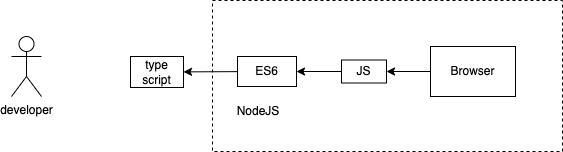
This is images/day16.drawio.png from adithnaveen/2022-jul-asde-jfs-sapient, a draw.io export, as it was before one commit. Source tidied: cells renumbered, new cells last; positions are measured from the earlier drawing's top-left corner, leaving out a move shared by most shapes. Its diagram source:
```xml
<mxGraphModel>
  <root>
    <mxCell id="0" />
    <mxCell id="1" parent="0" />
    <mxCell id="2" style="edgeStyle=none;html=1;" parent="1" edge="1" source="3" target="5">
      <mxGeometry relative="1" as="geometry" />
    </mxCell>
    <mxCell id="3" value="Browser" style="rounded=0;whiteSpace=wrap;html=1;" parent="1" vertex="1">
      <mxGeometry x="419" y="46" width="85" height="50" as="geometry" />
    </mxCell>
    <mxCell id="4" style="edgeStyle=none;html=1;" parent="1" edge="1" source="5" target="8">
      <mxGeometry relative="1" as="geometry" />
    </mxCell>
    <mxCell id="5" value="JS" style="rounded=0;whiteSpace=wrap;html=1;" parent="1" vertex="1">
      <mxGeometry x="330" y="59.5" width="45" height="23" as="geometry" />
    </mxCell>
    <mxCell id="6" value="developer" style="shape=umlActor;verticalLabelPosition=bottom;verticalAlign=top;html=1;" parent="1" vertex="1">
      <mxGeometry y="36" width="30" height="60" as="geometry" />
    </mxCell>
    <mxCell id="7" style="edgeStyle=none;html=1;" parent="1" edge="1" source="8" target="9">
      <mxGeometry relative="1" as="geometry" />
    </mxCell>
    <mxCell id="8" value="ES6" style="rounded=0;whiteSpace=wrap;html=1;" parent="1" vertex="1">
      <mxGeometry x="226" y="56" width="59" height="30" as="geometry" />
    </mxCell>
    <mxCell id="9" value="type&lt;br&gt;script" style="rounded=0;whiteSpace=wrap;html=1;" parent="1" vertex="1">
      <mxGeometry x="119" y="56" width="53" height="31" as="geometry" />
    </mxCell>
    <mxCell id="10" style="rounded=0;whiteSpace=wrap;html=1;gradientColor=none;fillColor=none;dashed=1;" parent="1" vertex="1">
      <mxGeometry x="201" width="350" height="151" as="geometry" />
    </mxCell>
    <mxCell id="11" value="NodeJS" style="text;html=1;strokeColor=none;fillColor=none;align=center;verticalAlign=middle;whiteSpace=wrap;rounded=0;dashed=1;" parent="1" vertex="1">
      <mxGeometry x="217" y="96" width="60" height="30" as="geometry" />
    </mxCell>
  </root>
</mxGraphModel>
```
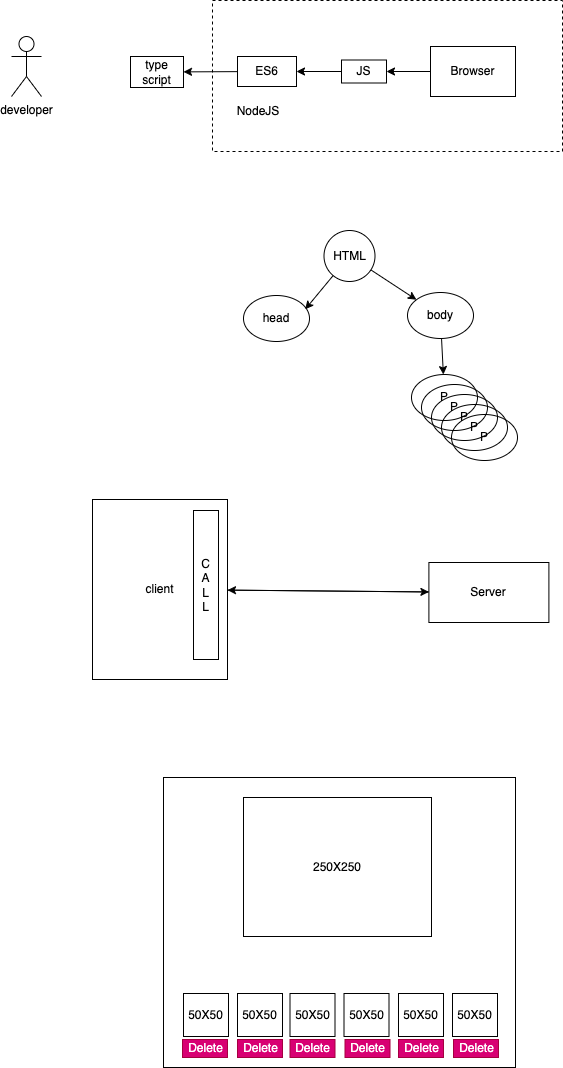
The same diagram one commit later.

Change to the diagram source:
```diff
@@ -32,5 +32,95 @@
     <mxCell id="11" value="NodeJS" style="text;html=1;strokeColor=none;fillColor=none;align=center;verticalAlign=middle;whiteSpace=wrap;rounded=0;dashed=1;" parent="1" vertex="1">
       <mxGeometry x="217" y="96" width="60" height="30" as="geometry" />
     </mxCell>
+    <mxCell id="12" style="edgeStyle=none;html=1;entryX=0.935;entryY=0.3;entryDx=0;entryDy=0;entryPerimeter=0;" parent="1" edge="1" source="14" target="15">
+      <mxGeometry relative="1" as="geometry" />
+    </mxCell>
+    <mxCell id="13" style="edgeStyle=none;html=1;" parent="1" edge="1" source="14" target="17">
+      <mxGeometry relative="1" as="geometry" />
+    </mxCell>
+    <mxCell id="14" value="HTML" style="ellipse;whiteSpace=wrap;html=1;fillColor=none;gradientColor=none;" parent="1" vertex="1">
+      <mxGeometry x="312.5" y="230" width="51" height="51" as="geometry" />
+    </mxCell>
+    <mxCell id="15" value="head" style="ellipse;whiteSpace=wrap;html=1;fillColor=none;gradientColor=none;" parent="1" vertex="1">
+      <mxGeometry x="232" y="295" width="66" height="46" as="geometry" />
+    </mxCell>
+    <mxCell id="16" style="edgeStyle=none;html=1;" parent="1" edge="1" source="17" target="18">
+      <mxGeometry relative="1" as="geometry" />
+    </mxCell>
+    <mxCell id="17" value="body" style="ellipse;whiteSpace=wrap;html=1;fillColor=none;gradientColor=none;" parent="1" vertex="1">
+      <mxGeometry x="396" y="292" width="66" height="46" as="geometry" />
+    </mxCell>
+    <mxCell id="18" value="P" style="ellipse;whiteSpace=wrap;html=1;fillColor=none;gradientColor=none;" parent="1" vertex="1">
+      <mxGeometry x="400" y="374" width="66" height="46" as="geometry" />
+    </mxCell>
+    <mxCell id="19" value="P" style="ellipse;whiteSpace=wrap;html=1;fillColor=none;gradientColor=none;" parent="1" vertex="1">
+      <mxGeometry x="410" y="384" width="66" height="46" as="geometry" />
+    </mxCell>
+    <mxCell id="20" value="P" style="ellipse;whiteSpace=wrap;html=1;fillColor=none;gradientColor=none;" parent="1" vertex="1">
+      <mxGeometry x="420" y="394" width="66" height="46" as="geometry" />
+    </mxCell>
+    <mxCell id="21" value="P" style="ellipse;whiteSpace=wrap;html=1;fillColor=none;gradientColor=none;" parent="1" vertex="1">
+      <mxGeometry x="430" y="404" width="66" height="46" as="geometry" />
+    </mxCell>
+    <mxCell id="22" value="P" style="ellipse;whiteSpace=wrap;html=1;fillColor=none;gradientColor=none;" parent="1" vertex="1">
+      <mxGeometry x="440" y="414" width="66" height="46" as="geometry" />
+    </mxCell>
+    <mxCell id="23" style="edgeStyle=none;html=1;" parent="1" edge="1" source="24" target="26">
+      <mxGeometry relative="1" as="geometry" />
+    </mxCell>
+    <mxCell id="24" value="client" style="rounded=0;whiteSpace=wrap;html=1;fillColor=none;gradientColor=none;" parent="1" vertex="1">
+      <mxGeometry x="81" y="499" width="135" height="180" as="geometry" />
+    </mxCell>
+    <mxCell id="25" style="edgeStyle=none;html=1;" parent="1" edge="1" source="26" target="24">
+      <mxGeometry relative="1" as="geometry" />
+    </mxCell>
+    <mxCell id="26" value="Server" style="rounded=0;whiteSpace=wrap;html=1;fillColor=none;gradientColor=none;" parent="1" vertex="1">
+      <mxGeometry x="417.4" y="562" width="120" height="60" as="geometry" />
+    </mxCell>
+    <mxCell id="27" value="C&lt;br&gt;A&lt;br&gt;L&lt;br&gt;L" style="rounded=0;whiteSpace=wrap;html=1;fillColor=none;gradientColor=none;" parent="1" vertex="1">
+      <mxGeometry x="182" y="510" width="25" height="149" as="geometry" />
+    </mxCell>
+    <mxCell id="28" style="rounded=0;whiteSpace=wrap;html=1;fillColor=none;gradientColor=none;" parent="1" vertex="1">
+      <mxGeometry x="152" y="777" width="352" height="290" as="geometry" />
+    </mxCell>
+    <mxCell id="29" value="250X250" style="rounded=0;whiteSpace=wrap;html=1;fillColor=none;gradientColor=none;" parent="1" vertex="1">
+      <mxGeometry x="232" y="797" width="188" height="139" as="geometry" />
+    </mxCell>
+    <mxCell id="30" value="50X50" style="rounded=0;whiteSpace=wrap;html=1;fillColor=none;gradientColor=none;" parent="1" vertex="1">
+      <mxGeometry x="172" y="993" width="45" height="43" as="geometry" />
+    </mxCell>
+    <mxCell id="31" value="50X50" style="rounded=0;whiteSpace=wrap;html=1;fillColor=none;gradientColor=none;" parent="1" vertex="1">
+      <mxGeometry x="226" y="993" width="45" height="43" as="geometry" />
+    </mxCell>
+    <mxCell id="32" value="50X50" style="rounded=0;whiteSpace=wrap;html=1;fillColor=none;gradientColor=none;" parent="1" vertex="1">
+      <mxGeometry x="278.5" y="993" width="45" height="43" as="geometry" />
+    </mxCell>
+    <mxCell id="33" value="50X50" style="rounded=0;whiteSpace=wrap;html=1;fillColor=none;gradientColor=none;" parent="1" vertex="1">
+      <mxGeometry x="332.5" y="993" width="45" height="43" as="geometry" />
+    </mxCell>
+    <mxCell id="34" value="50X50" style="rounded=0;whiteSpace=wrap;html=1;fillColor=none;gradientColor=none;" parent="1" vertex="1">
+      <mxGeometry x="387" y="993" width="45" height="43" as="geometry" />
+    </mxCell>
+    <mxCell id="35" value="50X50" style="rounded=0;whiteSpace=wrap;html=1;fillColor=none;gradientColor=none;" parent="1" vertex="1">
+      <mxGeometry x="441" y="993" width="45" height="43" as="geometry" />
+    </mxCell>
+    <mxCell id="36" value="Delete" style="text;html=1;align=center;verticalAlign=middle;strokeColor=#A50040;fillColor=#d80073;fontColor=#ffffff;" parent="1" vertex="1">
+      <mxGeometry x="171" y="1039" width="45" height="18" as="geometry" />
+    </mxCell>
+    <mxCell id="37" value="Delete" style="text;html=1;align=center;verticalAlign=middle;strokeColor=#A50040;fillColor=#d80073;fontColor=#ffffff;" parent="1" vertex="1">
+      <mxGeometry x="226" y="1039" width="45" height="18" as="geometry" />
+    </mxCell>
+    <mxCell id="38" value="Delete" style="text;html=1;align=center;verticalAlign=middle;strokeColor=#A50040;fillColor=#d80073;fontColor=#ffffff;" parent="1" vertex="1">
+      <mxGeometry x="278.5" y="1039" width="45" height="18" as="geometry" />
+    </mxCell>
+    <mxCell id="39" value="Delete" style="text;html=1;align=center;verticalAlign=middle;strokeColor=#A50040;fillColor=#d80073;fontColor=#ffffff;" parent="1" vertex="1">
+      <mxGeometry x="333.5" y="1039" width="45" height="18" as="geometry" />
+    </mxCell>
+    <mxCell id="40" value="Delete" style="text;html=1;align=center;verticalAlign=middle;strokeColor=#A50040;fillColor=#d80073;fontColor=#ffffff;" parent="1" vertex="1">
+      <mxGeometry x="387" y="1039" width="45" height="18" as="geometry" />
+    </mxCell>
+    <mxCell id="41" value="Delete" style="text;html=1;align=center;verticalAlign=middle;strokeColor=#A50040;fillColor=#d80073;fontColor=#ffffff;" parent="1" vertex="1">
+      <mxGeometry x="442" y="1039" width="45" height="18" as="geometry" />
+    </mxCell>
   </root>
 </mxGraphModel>
```
